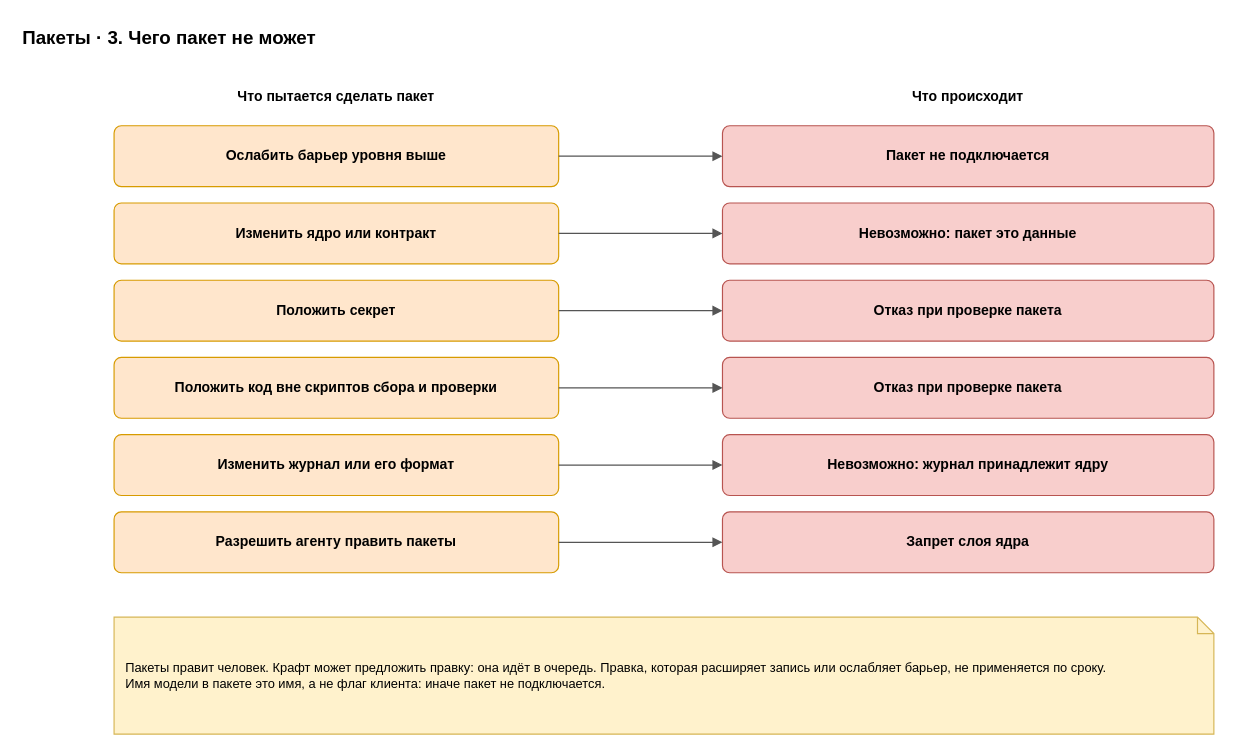
Above: page "3. Границы" (3 of 5) of docs/spec/harness-packs.drawio in roygkov/reins (draw.io), before the change. Source tidied: cells renumbered, new cells numbered last; positions are measured from the earlier drawing's top-left corner, leaving out a move shared by most shapes. Both pictures are drawn from the tidied source at 117%, with x=0, y=0 at pixel (20, 20).
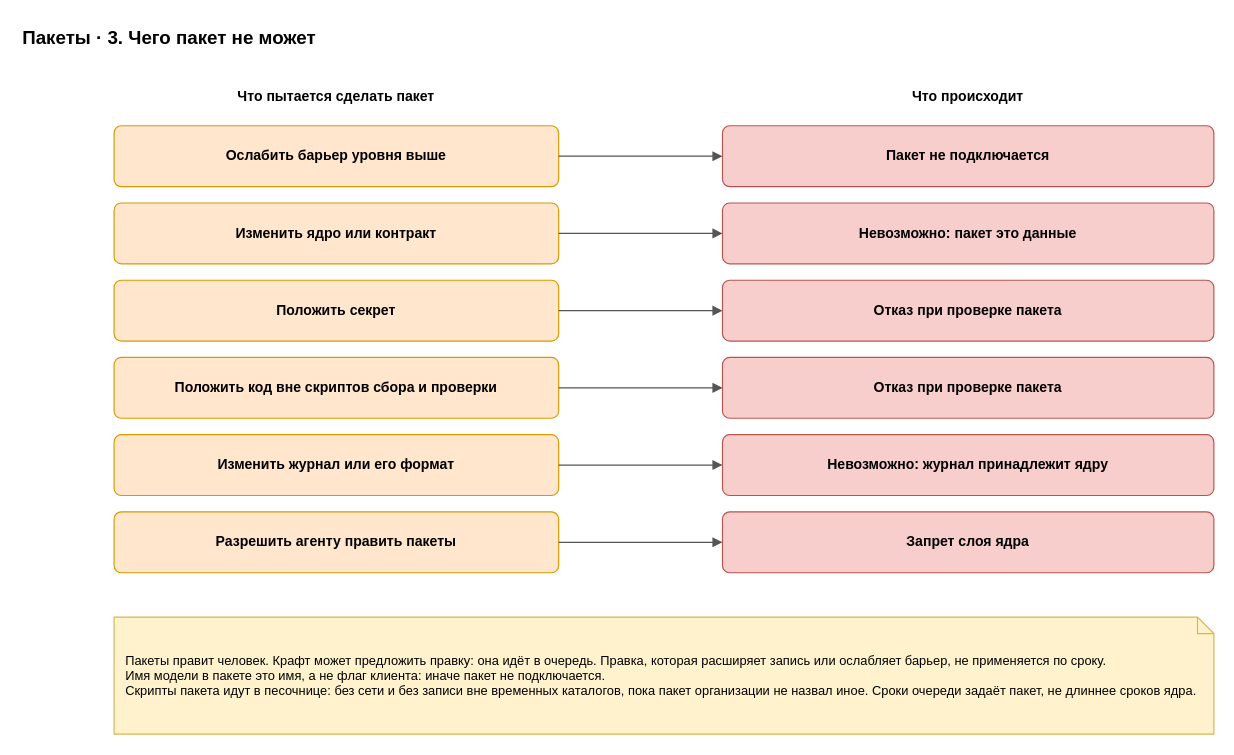
Above is the later version.

The edit, as a diff of the source:
```diff
@@
-    <mxCell id="23" value="Пакеты правит человек. Крафт может предложить правку: она идёт в очередь. Правка, которая расширяет запись или ослабляет барьер, не применяется по сроку.&lt;br&gt;Имя модели в пакете это имя, а не флаг клиента: иначе пакет не подключается." style="shape=note;whiteSpace=wrap;html=1;backgroundOutline=1;size=14;fillColor=#fff2cc;strokeColor=#d6b656;align=left;spacingLeft=8;spacingRight=8;fontSize=11;" parent="1" vertex="1">
+    <mxCell id="23" value="Пакеты правит человек. Крафт может предложить правку: она идёт в очередь. Правка, которая расширяет запись или ослабляет барьер, не применяется по сроку.&lt;br&gt;Имя модели в пакете это имя, а не флаг клиента: иначе пакет не подключается.&lt;br&gt;Скрипты пакета идут в песочнице: без сети и без записи вне временных каталогов, пока пакет организации не назвал иное. Сроки очереди задаёт пакет, не длиннее сроков ядра." style="shape=note;whiteSpace=wrap;html=1;backgroundOutline=1;size=14;fillColor=#fff2cc;strokeColor=#d6b656;align=left;spacingLeft=8;spacingRight=8;fontSize=11;" parent="1" vertex="1">
       <mxGeometry x="80" y="510" width="940" height="100" as="geometry" />
     </mxCell>
```
